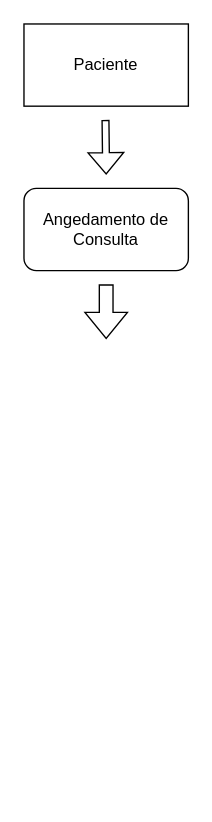
Earlier version of the draw.io diagram modelagem_de_ameaça.drawio (niklaz4/appsec-works). Source tidied: cells renumbered, new cells numbered last; positions are measured from the earlier drawing's top-left corner, leaving out a move shared by most shapes. Both pictures are drawn from the tidied source at 137%, with x=0, y=0 at pixel (23, 23).
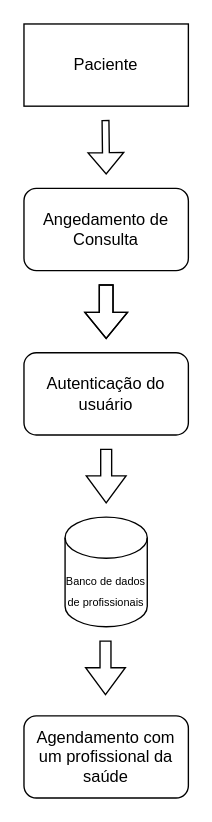
The same diagram, later.

Change to the diagram source:
```diff
@@
 <mxGraphModel>
   <root>
     <mxCell id="0" />
     <mxCell id="1" parent="0" />
     <mxCell id="2" style="shape=flexArrow;endArrow=classic;html=1;rounded=0;width=5;endSize=4.85;" parent="1" edge="1">
       <mxGeometry relative="1" as="geometry">
         <mxPoint x="59.5" y="70" as="sourcePoint" />
         <mxPoint x="60" y="110" as="targetPoint" />
       </mxGeometry>
     </mxCell>
     <mxCell id="3" value="Paciente" style="rounded=0;whiteSpace=wrap;html=1;" parent="1" vertex="1">
       <mxGeometry width="120" height="60" as="geometry" />
     </mxCell>
     <mxCell id="4" value="Angedamento de Consulta" style="rounded=1;whiteSpace=wrap;html=1;" parent="1" vertex="1">
       <mxGeometry y="120" width="120" height="60" as="geometry" />
     </mxCell>
     <mxCell id="5" style="shape=flexArrow;endArrow=classic;html=1;rounded=0;" parent="1" edge="1">
       <mxGeometry relative="1" as="geometry">
         <mxPoint x="60" y="190" as="sourcePoint" />
         <mxPoint x="60" y="230" as="targetPoint" />
       </mxGeometry>
     </mxCell>
+    <mxCell id="6" value="Autenticação do usuário" style="rounded=1;whiteSpace=wrap;html=1;" parent="1" vertex="1">
+      <mxGeometry y="240" width="120" height="60" as="geometry" />
+    </mxCell>
+    <mxCell id="7" style="shape=flexArrow;endArrow=classic;html=1;rounded=0;" parent="1" edge="1">
+      <mxGeometry relative="1" as="geometry">
+        <mxPoint x="60" y="190" as="sourcePoint" />
+        <mxPoint x="60" y="230" as="targetPoint" />
+      </mxGeometry>
+    </mxCell>
+    <mxCell id="8" style="shape=flexArrow;endArrow=classic;html=1;rounded=0;width=8;endSize=6.2;" parent="1" edge="1">
+      <mxGeometry relative="1" as="geometry">
+        <mxPoint x="60" y="310" as="sourcePoint" />
+        <mxPoint x="60" y="350" as="targetPoint" />
+      </mxGeometry>
+    </mxCell>
+    <mxCell id="9" value="&lt;font style=&quot;font-size: 8px;&quot;&gt;Banco de dados de profissionais&lt;/font&gt;" style="shape=cylinder3;whiteSpace=wrap;html=1;boundedLbl=1;backgroundOutline=1;size=15;" parent="1" vertex="1">
+      <mxGeometry x="30" y="360" width="60" height="80" as="geometry" />
+    </mxCell>
+    <mxCell id="10" style="shape=flexArrow;endArrow=classic;html=1;rounded=0;width=8;endSize=6.2;" parent="1" edge="1">
+      <mxGeometry relative="1" as="geometry">
+        <mxPoint x="59.5" y="450" as="sourcePoint" />
+        <mxPoint x="59.5" y="490" as="targetPoint" />
+      </mxGeometry>
+    </mxCell>
+    <mxCell id="11" value="Agendamento com um profissional da saúde" style="rounded=1;whiteSpace=wrap;html=1;" parent="1" vertex="1">
+      <mxGeometry y="505" width="120" height="60" as="geometry" />
+    </mxCell>
   </root>
 </mxGraphModel>
```
